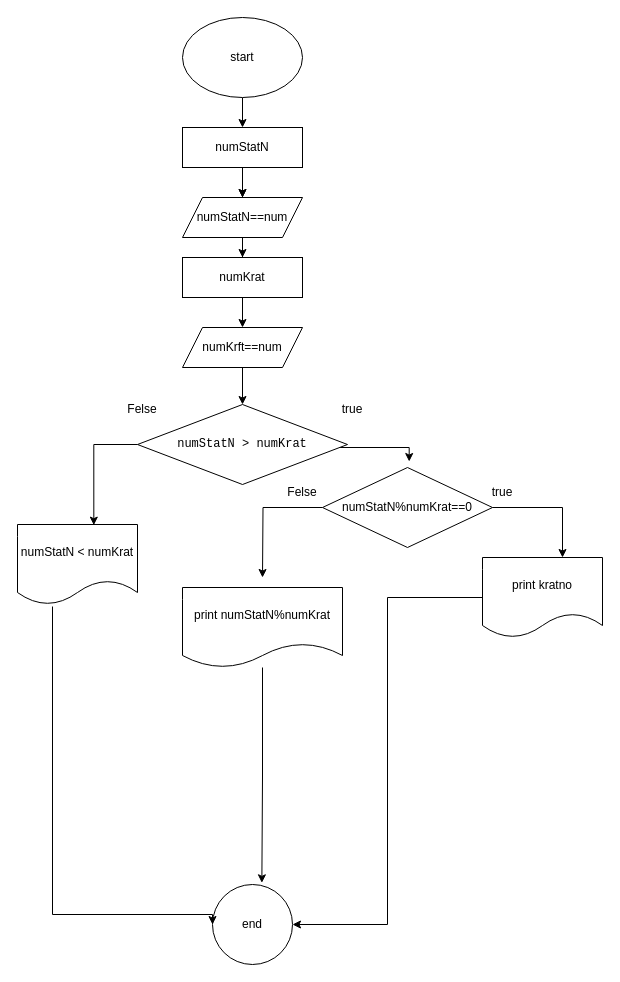
This is PracticeModul/13.drawio from DmitriDjourov/BJ_practice, a draw.io file, before an edit. Source tidied: cells renumbered, new cells numbered last; positions are measured from the earlier drawing's top-left corner, leaving out a move shared by most shapes. Both pictures are drawn from the tidied source at 100%, with x=0, y=0 at pixel (17, 17).
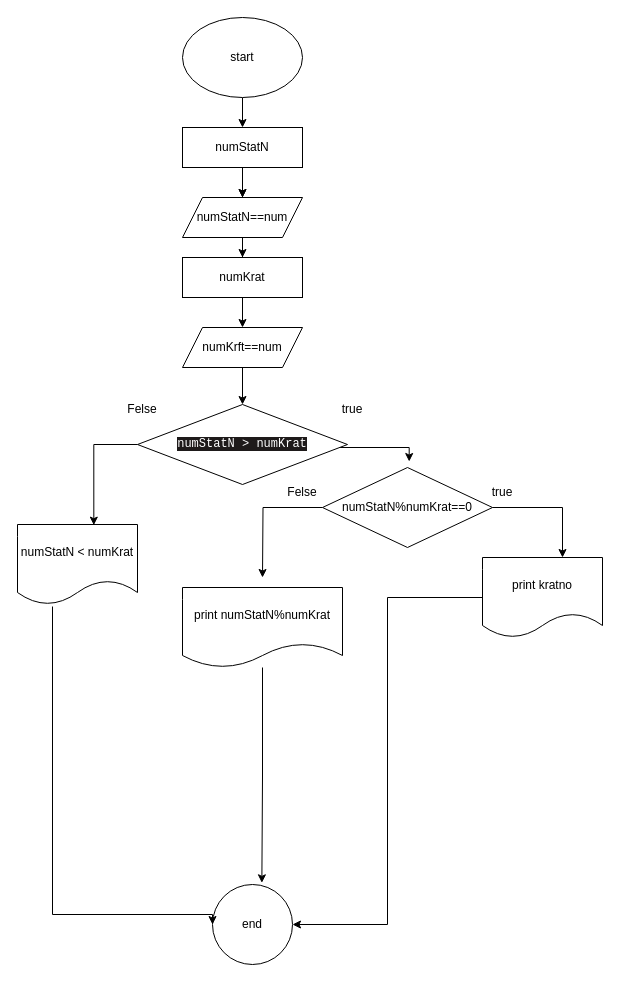
The same diagram, later.

Commit message (it also covers changes not shown here):
Добавлено задание 35 , добавлена блок-схема 35

What changed in the source:
```diff
@@
-    <mxCell id="11" value="&lt;div style=&quot;font-family: &amp;quot;JetBrains Mono&amp;quot;, monospace;&quot;&gt;&lt;span style=&quot;background-color: rgb(255, 255, 255);&quot;&gt;numStatN &amp;gt; numKrat&lt;/span&gt;&lt;/div&gt;" style="rhombus;whiteSpace=wrap;html=1;labelBackgroundColor=none;" parent="1" vertex="1">
+    <mxCell id="11" value="&lt;div style=&quot;font-family: &amp;quot;JetBrains Mono&amp;quot;, monospace;&quot;&gt;&lt;font style=&quot;background-color: rgb(30, 26, 26);&quot; color=&quot;#ffffff&quot;&gt;numStatN &amp;gt; numKrat&lt;/font&gt;&lt;/div&gt;" style="rhombus;whiteSpace=wrap;html=1;labelBackgroundColor=none;" parent="1" vertex="1">
       <mxGeometry x="120" y="387" width="210" height="80" as="geometry" />
     </mxCell>
```
